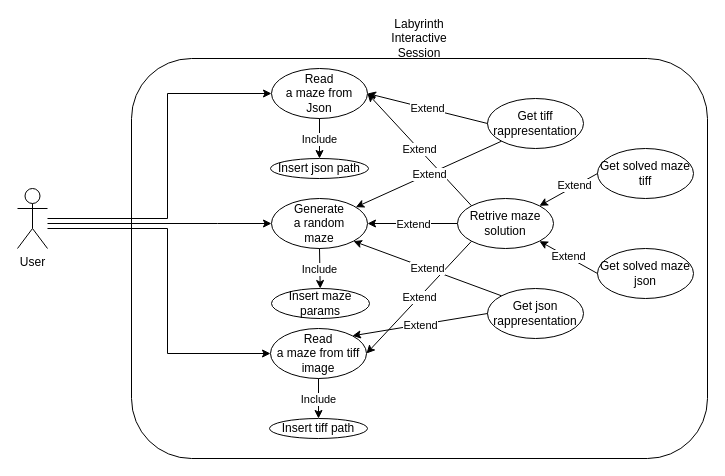
Before: diagram/usecase.drawio in fioriofederico/labyrinth_22-23, a draw.io diagram. Source tidied: cells renumbered, new cells numbered last; positions are measured from the earlier drawing's top-left corner, leaving out a move shared by most shapes. Both pictures are drawn from the tidied source at 100%, with x=0, y=0 at pixel (17, 18).
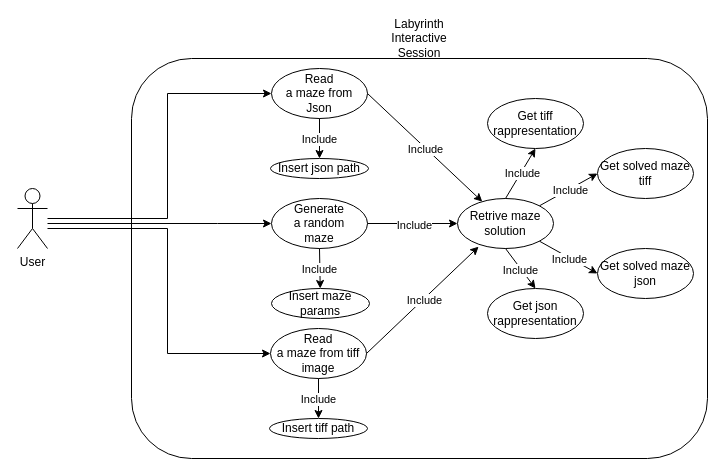
Above is the later version.

Commit message (it also covers changes not shown here):
Added usecase diagram

The change refers to these unchanged cells:
```xml
<mxCell id="5" value="Generate&lt;br&gt;a random&lt;br&gt;maze" style="ellipse;whiteSpace=wrap;html=1;" parent="1" vertex="1">
  <mxGeometry x="254" y="180" width="96" height="50" as="geometry" />
</mxCell>
<mxCell id="6" value="Read&lt;br&gt;a maze from Json" style="ellipse;whiteSpace=wrap;html=1;" parent="1" vertex="1">
  <mxGeometry x="254" y="50" width="96" height="50" as="geometry" />
</mxCell>
<mxCell id="7" value="Read&lt;br&gt;a maze from tiff image" style="ellipse;whiteSpace=wrap;html=1;" parent="1" vertex="1">
  <mxGeometry x="253" y="310" width="96" height="50" as="geometry" />
</mxCell>
<mxCell id="13" value="Retrive maze solution" style="ellipse;whiteSpace=wrap;html=1;" parent="1" vertex="1">
  <mxGeometry x="440" y="180" width="96" height="50" as="geometry" />
</mxCell>
<mxCell id="27" value="Get solved maze&lt;br&gt;tiff" style="ellipse;whiteSpace=wrap;html=1;" parent="1" vertex="1">
  <mxGeometry x="580" y="130" width="96" height="50" as="geometry" />
</mxCell>
<mxCell id="28" value="Get solved maze&lt;br&gt;json" style="ellipse;whiteSpace=wrap;html=1;" parent="1" vertex="1">
  <mxGeometry x="580" y="230" width="96" height="50" as="geometry" />
</mxCell>
<mxCell id="33" value="Get json rappresentation" style="ellipse;whiteSpace=wrap;html=1;" parent="1" vertex="1">
  <mxGeometry x="470" y="270" width="96" height="50" as="geometry" />
</mxCell>
<mxCell id="34" value="Get tiff rappresentation" style="ellipse;whiteSpace=wrap;html=1;" parent="1" vertex="1">
  <mxGeometry x="470" y="80" width="96" height="50" as="geometry" />
</mxCell>
```

What changed in the source:
```diff
@@
-    <mxCell id="11" style="endArrow=classic;html=1;rounded=0;exitX=0;exitY=0.5;exitDx=0;exitDy=0;entryX=1;entryY=0.5;entryDx=0;entryDy=0;" parent="1" edge="1" source="13" target="5">
-      <mxGeometry relative="1" as="geometry" />
-    </mxCell>
-    <mxCell id="12" value="Extend" style="edgeLabel;html=1;align=center;verticalAlign=middle;" parent="11" vertex="1">
-      <mxGeometry relative="1" as="geometry" />
-    </mxCell>
@@
-    <mxCell id="14" style="endArrow=classic;html=1;rounded=0;exitX=0;exitY=1;exitDx=0;exitDy=0;entryX=1;entryY=0.5;entryDx=0;entryDy=0;" parent="1" edge="1" source="13" target="7">
-      <mxGeometry relative="1" as="geometry" />
-    </mxCell>
-    <mxCell id="15" value="Extend" style="edgeLabel;html=1;align=center;verticalAlign=middle;" parent="14" vertex="1">
-      <mxGeometry relative="1" as="geometry" />
-    </mxCell>
-    <mxCell id="16" style="endArrow=classic;html=1;rounded=0;exitX=0;exitY=0;exitDx=0;exitDy=0;entryX=1;entryY=0.5;entryDx=0;entryDy=0;" parent="1" edge="1" source="13" target="6">
-      <mxGeometry relative="1" as="geometry" />
-    </mxCell>
-    <mxCell id="17" value="Extend" style="edgeLabel;html=1;align=center;verticalAlign=middle;" parent="16" vertex="1">
-      <mxGeometry relative="1" as="geometry" />
-    </mxCell>
@@
-    <mxCell id="29" style="endArrow=classic;html=1;rounded=0;entryX=1;entryY=0;entryDx=0;entryDy=0;exitX=0;exitY=0.5;exitDx=0;exitDy=0;" parent="1" edge="1" source="27" target="13">
-      <mxGeometry relative="1" as="geometry" />
-    </mxCell>
-    <mxCell id="30" value="Extend" style="edgeLabel;html=1;align=center;verticalAlign=middle;" parent="29" vertex="1">
-      <mxGeometry x="-0.23" y="-1" relative="1" as="geometry" />
-    </mxCell>
-    <mxCell id="31" style="endArrow=classic;html=1;rounded=0;entryX=1;entryY=1;entryDx=0;entryDy=0;exitX=0;exitY=0.5;exitDx=0;exitDy=0;" parent="1" edge="1" source="28" target="13">
-      <mxGeometry relative="1" as="geometry" />
-    </mxCell>
-    <mxCell id="32" value="Extend" style="edgeLabel;html=1;align=center;verticalAlign=middle;" parent="31" vertex="1">
-      <mxGeometry x="0.02" y="-1" relative="1" as="geometry" />
-    </mxCell>
@@
-    <mxCell id="35" style="endArrow=classic;html=1;rounded=0;exitX=0;exitY=1;exitDx=0;exitDy=0;" parent="1" edge="1" source="34" target="5">
-      <mxGeometry relative="1" as="geometry" />
-    </mxCell>
-    <mxCell id="36" value="Extend" style="edgeLabel;html=1;align=center;verticalAlign=middle;" parent="35" vertex="1">
-      <mxGeometry relative="1" as="geometry" />
-    </mxCell>
-    <mxCell id="37" style="endArrow=classic;html=1;rounded=0;exitX=0;exitY=0.5;exitDx=0;exitDy=0;entryX=1;entryY=0.5;entryDx=0;entryDy=0;" parent="1" edge="1" source="34" target="6">
-      <mxGeometry relative="1" as="geometry" />
-    </mxCell>
-    <mxCell id="38" value="Extend" style="edgeLabel;html=1;align=center;verticalAlign=middle;" parent="37" vertex="1">
-      <mxGeometry relative="1" as="geometry" />
-    </mxCell>
-    <mxCell id="39" style="endArrow=classic;html=1;rounded=0;exitX=0;exitY=0;exitDx=0;exitDy=0;entryX=1;entryY=1;entryDx=0;entryDy=0;" parent="1" edge="1" source="33" target="5">
-      <mxGeometry relative="1" as="geometry" />
-    </mxCell>
-    <mxCell id="40" value="Extend" style="edgeLabel;html=1;align=center;verticalAlign=middle;" parent="39" vertex="1">
-      <mxGeometry relative="1" as="geometry" />
-    </mxCell>
-    <mxCell id="41" style="endArrow=classic;html=1;rounded=0;exitX=0;exitY=0.5;exitDx=0;exitDy=0;entryX=1;entryY=0;entryDx=0;entryDy=0;" parent="1" edge="1" source="33" target="7">
-      <mxGeometry relative="1" as="geometry" />
-    </mxCell>
-    <mxCell id="42" value="Extend" style="edgeLabel;html=1;align=center;verticalAlign=middle;" parent="41" vertex="1">
-      <mxGeometry relative="1" as="geometry" />
-    </mxCell>
+    <mxCell id="43" style="endArrow=classic;html=1;rounded=0;exitX=1;exitY=0.5;exitDx=0;exitDy=0;" parent="1" edge="1" source="6" target="13">
+      <mxGeometry relative="1" as="geometry" />
+    </mxCell>
+    <mxCell id="44" value="Include" style="edgeLabel;html=1;align=center;verticalAlign=middle;" parent="43" vertex="1">
+      <mxGeometry x="0.02" y="-1" relative="1" as="geometry" />
+    </mxCell>
+    <mxCell id="45" style="endArrow=classic;html=1;rounded=0;exitX=1;exitY=0.5;exitDx=0;exitDy=0;entryX=0;entryY=0.5;entryDx=0;entryDy=0;" parent="1" edge="1" source="5" target="13">
+      <mxGeometry relative="1" as="geometry" />
+    </mxCell>
+    <mxCell id="46" value="Include" style="edgeLabel;html=1;align=center;verticalAlign=middle;" parent="45" vertex="1">
+      <mxGeometry x="0.02" y="-1" relative="1" as="geometry" />
+    </mxCell>
+    <mxCell id="47" style="endArrow=classic;html=1;rounded=0;exitX=1;exitY=0.5;exitDx=0;exitDy=0;entryX=0.22;entryY=0.963;entryDx=0;entryDy=0;entryPerimeter=0;" parent="1" edge="1" source="7" target="13">
+      <mxGeometry relative="1" as="geometry" />
+    </mxCell>
+    <mxCell id="48" value="Include" style="edgeLabel;html=1;align=center;verticalAlign=middle;" parent="47" vertex="1">
+      <mxGeometry x="0.02" y="-1" relative="1" as="geometry" />
+    </mxCell>
+    <mxCell id="49" style="endArrow=classic;html=1;rounded=0;exitX=0.5;exitY=0;exitDx=0;exitDy=0;entryX=0.5;entryY=1;entryDx=0;entryDy=0;" parent="1" edge="1" source="13" target="34">
+      <mxGeometry relative="1" as="geometry" />
+    </mxCell>
+    <mxCell id="50" value="Include" style="edgeLabel;html=1;align=center;verticalAlign=middle;" parent="49" vertex="1">
+      <mxGeometry x="0.02" y="-1" relative="1" as="geometry" />
+    </mxCell>
+    <mxCell id="51" style="endArrow=classic;html=1;rounded=0;exitX=1;exitY=0;exitDx=0;exitDy=0;entryX=0;entryY=0.5;entryDx=0;entryDy=0;" parent="1" edge="1" source="13" target="27">
+      <mxGeometry relative="1" as="geometry" />
+    </mxCell>
+    <mxCell id="52" value="Include" style="edgeLabel;html=1;align=center;verticalAlign=middle;" parent="51" vertex="1">
+      <mxGeometry x="0.02" y="-1" relative="1" as="geometry" />
+    </mxCell>
+    <mxCell id="53" style="endArrow=classic;html=1;rounded=0;exitX=1;exitY=1;exitDx=0;exitDy=0;entryX=0;entryY=0.5;entryDx=0;entryDy=0;" parent="1" edge="1" source="13" target="28">
+      <mxGeometry relative="1" as="geometry" />
+    </mxCell>
+    <mxCell id="54" value="Include" style="edgeLabel;html=1;align=center;verticalAlign=middle;" parent="53" vertex="1">
+      <mxGeometry x="0.02" y="-1" relative="1" as="geometry" />
+    </mxCell>
+    <mxCell id="55" style="endArrow=classic;html=1;rounded=0;exitX=0.5;exitY=1;exitDx=0;exitDy=0;entryX=0.5;entryY=0;entryDx=0;entryDy=0;" parent="1" edge="1" source="13" target="33">
+      <mxGeometry relative="1" as="geometry" />
+    </mxCell>
+    <mxCell id="56" value="Include" style="edgeLabel;html=1;align=center;verticalAlign=middle;" parent="55" vertex="1">
+      <mxGeometry x="0.02" y="-1" relative="1" as="geometry" />
+    </mxCell>
```
